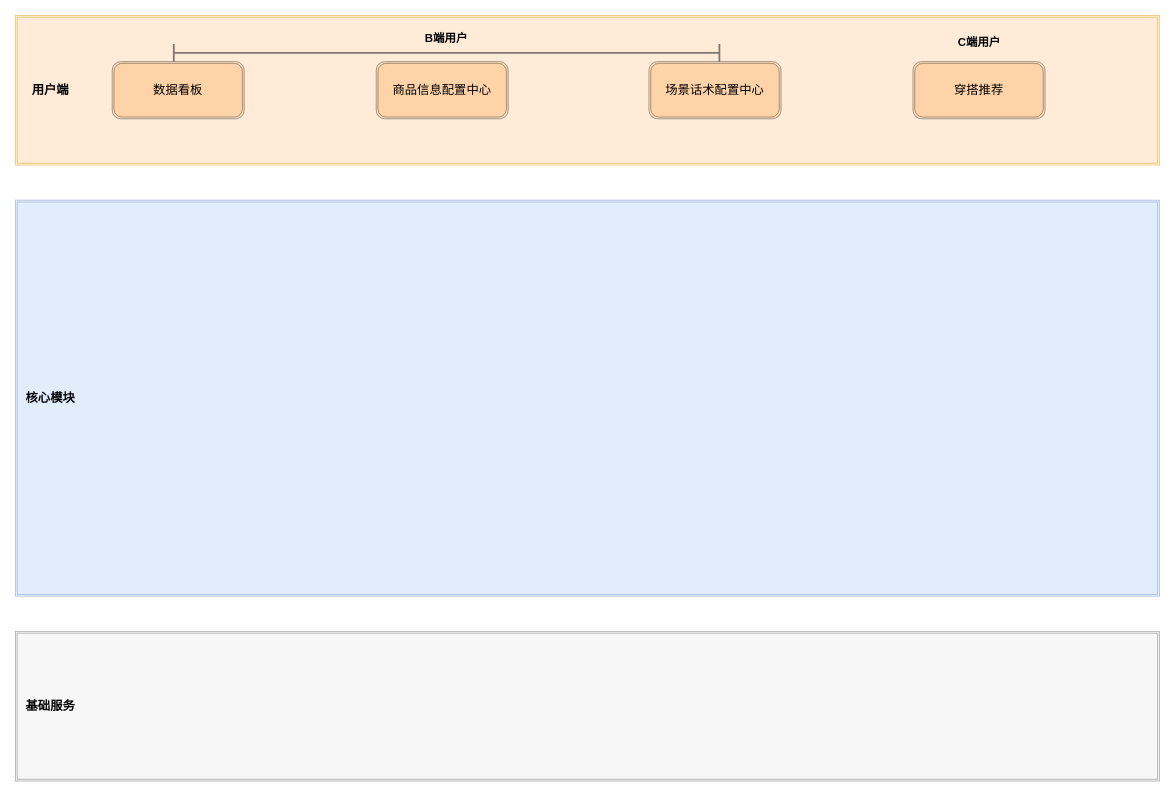
The draw.io diagram leyan/推荐系统3.drawio in GeekKwok/UML, before the edit. Source tidied: cells renumbered, new cells numbered last; positions are measured from the earlier drawing's top-left corner, leaving out a move shared by most shapes. Both pictures are drawn from the tidied source at 88%, with x=0, y=0 at pixel (15, 15).
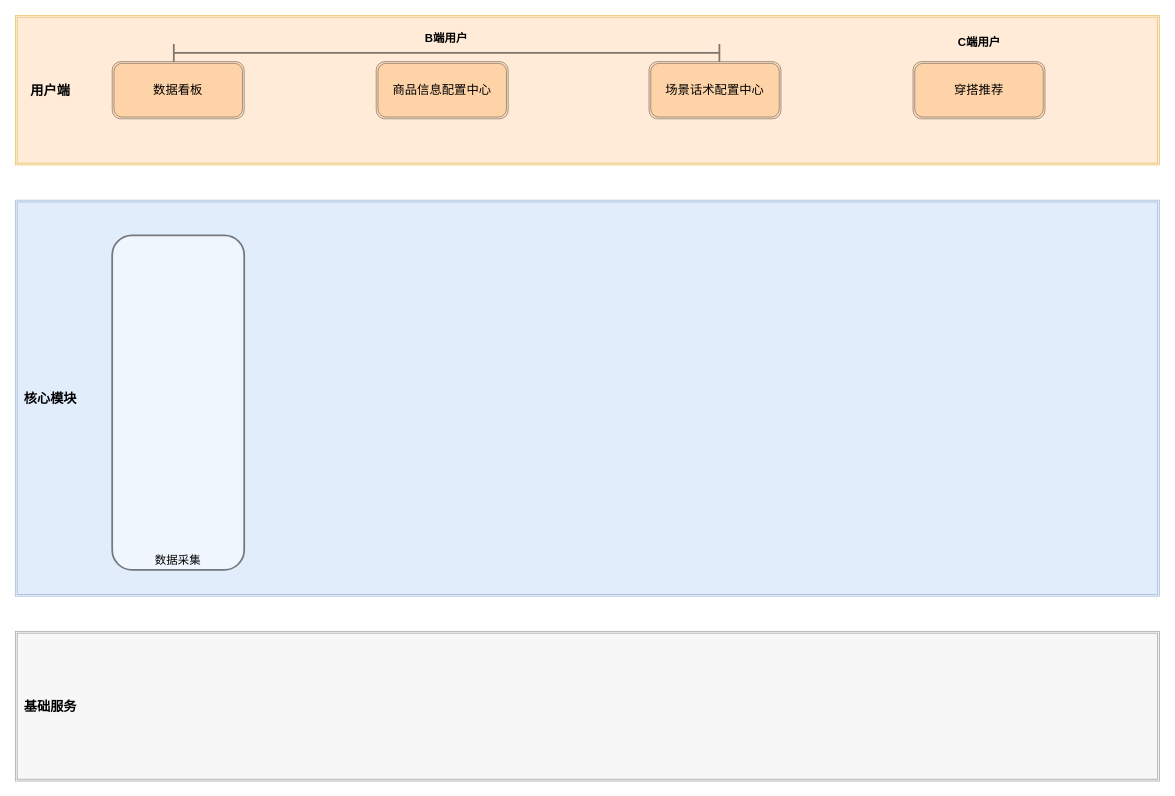
The same page after the edit.

Change to the diagram source:
```diff
@@
 <mxGraphModel>
   <root>
     <mxCell id="0" />
     <mxCell id="1" parent="0" />
     <mxCell id="2" style="shape=ext;double=1;rounded=0;whiteSpace=wrap;html=1;fillColor=#ffe6cc;strokeColor=#d79b00;opacity=50;" parent="1" vertex="1">
       <mxGeometry width="1300" height="170" as="geometry" />
     </mxCell>
     <mxCell id="3" style="shape=ext;double=1;rounded=0;whiteSpace=wrap;html=1;fillColor=#dae8fc;strokeColor=#6c8ebf;opacity=50;" parent="1" vertex="1">
       <mxGeometry y="210" width="1300" height="450" as="geometry" />
     </mxCell>
     <mxCell id="4" style="shape=ext;double=1;rounded=0;whiteSpace=wrap;html=1;fillColor=#f5f5f5;strokeColor=#666666;opacity=50;fontColor=#333333;" parent="1" vertex="1">
       <mxGeometry y="700" width="1300" height="170" as="geometry" />
     </mxCell>
-    <mxCell id="5" value="&lt;font style=&quot;font-size: 14px&quot;&gt;&lt;b&gt;用户端&lt;/b&gt;&lt;/font&gt;" style="text;html=1;strokeColor=none;fillColor=none;align=center;verticalAlign=middle;whiteSpace=wrap;rounded=0;opacity=50;" parent="1" vertex="1">
+    <mxCell id="5" value="&lt;font style=&quot;font-size: 15px;&quot;&gt;&lt;span style=&quot;font-size: 15px;&quot;&gt;用户端&lt;/span&gt;&lt;/font&gt;" style="text;html=1;strokeColor=none;fillColor=none;align=center;verticalAlign=middle;whiteSpace=wrap;rounded=0;opacity=50;fontSize=15;fontStyle=1;" parent="1" vertex="1">
       <mxGeometry y="67.5" width="80" height="35" as="geometry" />
     </mxCell>
-    <mxCell id="6" value="&lt;span style=&quot;font-size: 14px&quot;&gt;&lt;b&gt;核心模块&lt;/b&gt;&lt;/span&gt;" style="text;html=1;strokeColor=none;fillColor=none;align=center;verticalAlign=middle;whiteSpace=wrap;rounded=0;opacity=50;" parent="1" vertex="1">
+    <mxCell id="6" value="&lt;span style=&quot;font-size: 15px;&quot;&gt;&lt;span style=&quot;font-size: 15px;&quot;&gt;核心模块&lt;/span&gt;&lt;/span&gt;" style="text;html=1;strokeColor=none;fillColor=none;align=center;verticalAlign=middle;whiteSpace=wrap;rounded=0;opacity=50;fontSize=15;fontStyle=1;" parent="1" vertex="1">
       <mxGeometry y="417.5" width="80" height="35" as="geometry" />
     </mxCell>
-    <mxCell id="7" value="&lt;font style=&quot;font-size: 14px&quot;&gt;&lt;b&gt;基础服务&lt;/b&gt;&lt;/font&gt;" style="text;html=1;strokeColor=none;fillColor=none;align=center;verticalAlign=middle;whiteSpace=wrap;rounded=0;opacity=50;" parent="1" vertex="1">
+    <mxCell id="7" value="&lt;font style=&quot;font-size: 15px;&quot;&gt;&lt;span style=&quot;font-size: 15px;&quot;&gt;基础服务&lt;/span&gt;&lt;/font&gt;" style="text;html=1;strokeColor=none;fillColor=none;align=center;verticalAlign=middle;whiteSpace=wrap;rounded=0;opacity=50;fontSize=15;fontStyle=1;" parent="1" vertex="1">
       <mxGeometry y="767.5" width="80" height="35" as="geometry" />
     </mxCell>
     <mxCell id="8" value="数据看板" style="shape=ext;double=1;rounded=1;whiteSpace=wrap;html=1;opacity=50;fillColor=#ffcc99;strokeColor=#36393d;fontSize=14;" parent="1" vertex="1">
       <mxGeometry x="110" y="52.5" width="150" height="65" as="geometry" />
     </mxCell>
     <mxCell id="9" value="商品信息配置中心" style="shape=ext;double=1;rounded=1;whiteSpace=wrap;html=1;opacity=50;fillColor=#ffcc99;strokeColor=#36393d;fontSize=14;" parent="1" vertex="1">
       <mxGeometry x="410" y="52.5" width="150" height="65" as="geometry" />
     </mxCell>
     <mxCell id="10" value="场景话术配置中心" style="shape=ext;double=1;rounded=1;whiteSpace=wrap;html=1;opacity=50;fillColor=#ffcc99;strokeColor=#36393d;fontSize=14;" parent="1" vertex="1">
       <mxGeometry x="720" y="52.5" width="150" height="65" as="geometry" />
     </mxCell>
     <mxCell id="11" value="穿搭推荐" style="shape=ext;double=1;rounded=1;whiteSpace=wrap;html=1;opacity=50;fillColor=#ffcc99;strokeColor=#36393d;fontSize=14;" parent="1" vertex="1">
       <mxGeometry x="1020" y="52.5" width="150" height="65" as="geometry" />
     </mxCell>
     <mxCell id="12" value="&lt;font style=&quot;font-size: 13px&quot;&gt;&lt;b&gt;B端用户&lt;br&gt;&lt;br&gt;&lt;/b&gt;&lt;/font&gt;&lt;br&gt;" style="shape=crossbar;whiteSpace=wrap;html=1;rounded=1;fontSize=14;opacity=50;strokeWidth=2;" parent="1" vertex="1">
       <mxGeometry x="180" y="32.5" width="620" height="20" as="geometry" />
     </mxCell>
     <mxCell id="13" value="C端用户" style="text;html=1;strokeColor=none;fillColor=none;align=center;verticalAlign=middle;whiteSpace=wrap;rounded=0;fontSize=13;opacity=50;fontStyle=1;" parent="1" vertex="1">
       <mxGeometry x="1067.5" y="20" width="55" height="20" as="geometry" />
     </mxCell>
+    <mxCell id="14" value="&lt;br&gt;&lt;br&gt;&lt;br&gt;&lt;br&gt;&lt;br&gt;&lt;br&gt;&lt;br&gt;&lt;br&gt;&lt;br&gt;&lt;br&gt;&lt;br&gt;&lt;br&gt;&lt;br&gt;&lt;br&gt;&lt;br&gt;&lt;br&gt;&lt;br&gt;&lt;br&gt;&lt;br&gt;&lt;br&gt;&lt;br&gt;&lt;br&gt;&lt;br&gt;数据采集" style="rounded=1;whiteSpace=wrap;html=1;fontSize=13;strokeWidth=2;opacity=50;" parent="1" vertex="1">
+      <mxGeometry x="110" y="250" width="150" height="380" as="geometry" />
+    </mxCell>
   </root>
 </mxGraphModel>
```
